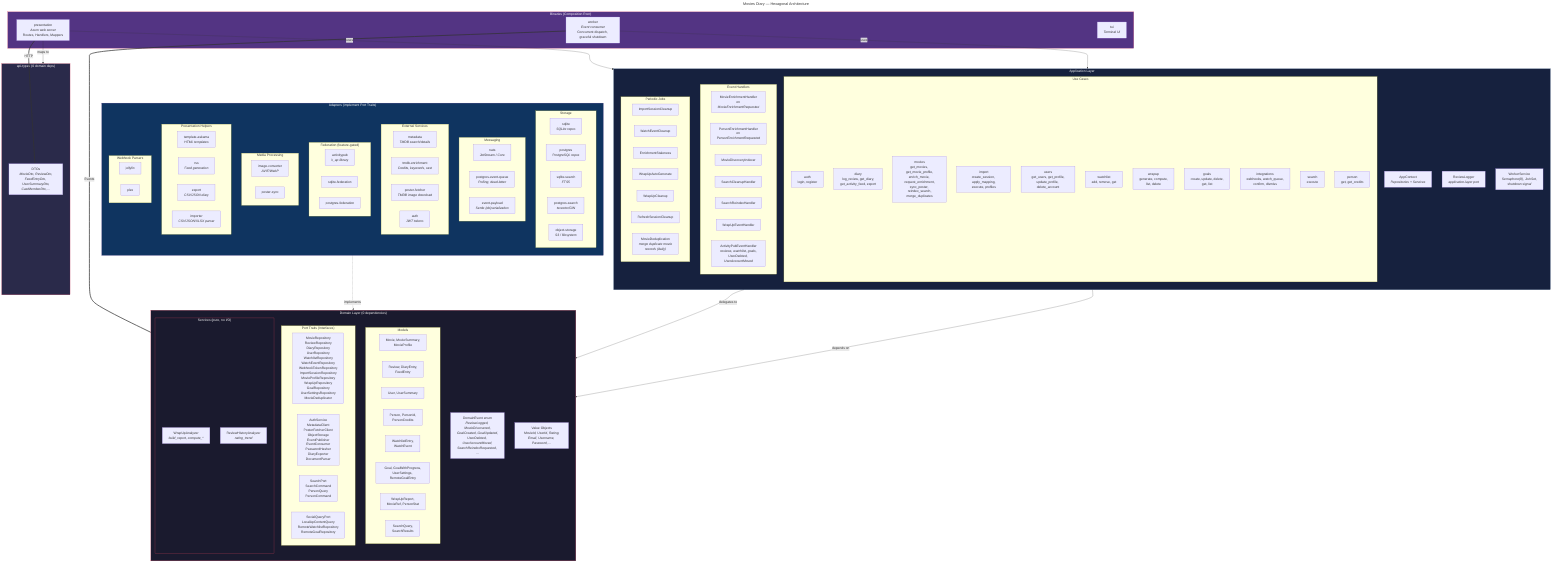
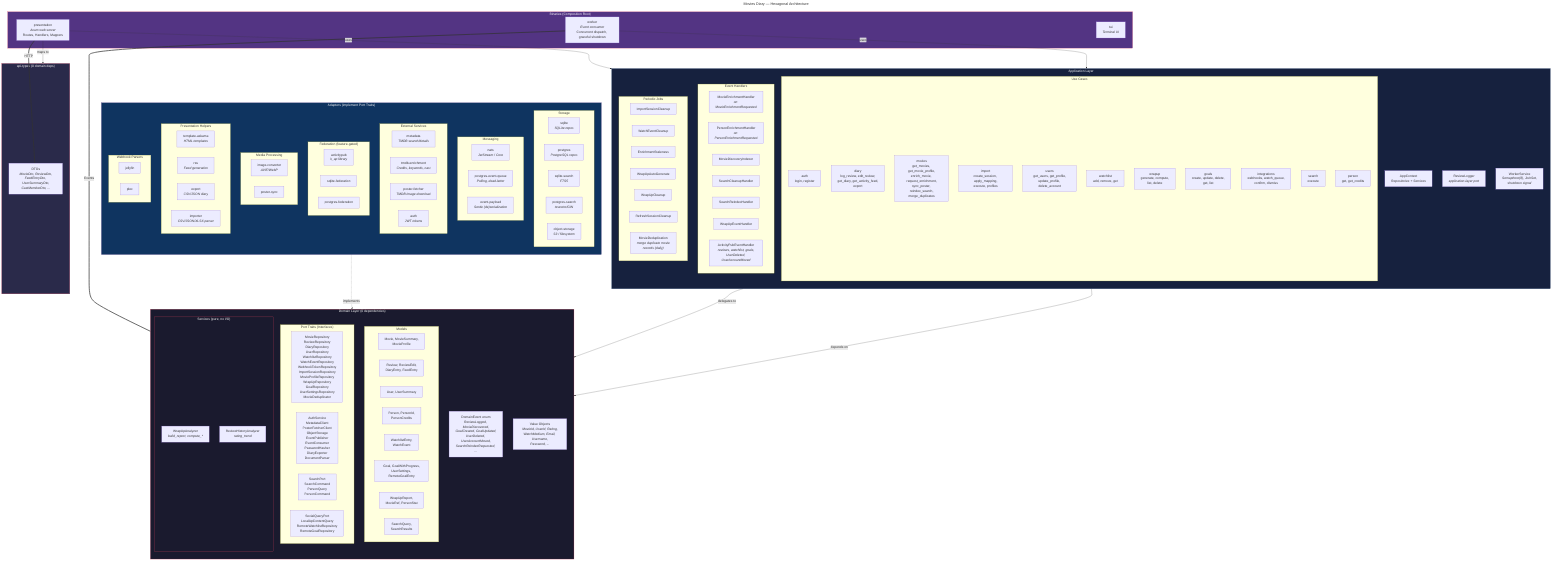
---
title: Movies Diary — Hexagonal Architecture
---
graph TB
    subgraph Binaries["Binaries (Composition Root)"]
        WEB["presentation<br/><i>Axum web server</i><br/>Routes, Handlers, Mappers"]
        WORKER["worker<br/><i>Event consumer</i><br/>Concurrent dispatch, graceful shutdown"]
        TUI["tui<br/><i>Terminal UI</i>"]
    end

    subgraph Application["Application Layer"]
        direction TB
        CTX["AppContext<br/><i>Repositories + Services</i>"]
        APP_PORTS["ReviewLogger<br/><i>application-layer port</i>"]
        subgraph UseCases["Use Cases"]
            UC_AUTH["auth<br/>login, register"]
-             UC_DIARY["diary<br/>log_review, get_diary,<br/>get_activity_feed, export"]
+             UC_DIARY["diary<br/>log_review, edit_review,<br/>get_diary, get_activity_feed,<br/>export"]
            UC_MOVIES["movies<br/>get_movies, get_movie_profile,<br/>enrich_movie, request_enrichment,<br/>sync_poster, reindex_search,<br/>merge_duplicates"]
            UC_IMPORT["import<br/>create_session, apply_mapping,<br/>execute, profiles"]
            UC_USERS["users<br/>get_users, get_profile,<br/>update_profile, delete_account"]
            UC_WATCHLIST["watchlist<br/>add, remove, get"]
            UC_WRAPUP["wrapup<br/>generate, compute,<br/>list, delete"]
            UC_GOALS["goals<br/>create, update, delete,<br/>get, list"]
            UC_INTEGRATIONS["integrations<br/>webhooks, watch_queue,<br/>confirm, dismiss"]
            UC_SEARCH["search<br/>execute"]
            UC_PERSON["person<br/>get, get_credits"]
        end
        subgraph EventHandlers["Event Handlers"]
            EH_MOVIE["MovieEnrichmentHandler<br/><i>on MovieEnrichmentRequested</i>"]
            EH_PERSON["PersonEnrichmentHandler<br/><i>on PersonEnrichmentRequested</i>"]
            EH_DISCOVER["MovieDiscoveryIndexer"]
            EH_CLEANUP["SearchCleanupHandler"]
            EH_REINDEX["SearchReindexHandler"]
            EH_WRAPUP["WrapUpEventHandler"]
            EH_AP["ActivityPubEventHandler<br/><i>reviews, watchlist, goals,<br/>UserDeleted, UserAccountMoved</i>"]
        end
        subgraph Jobs["Periodic Jobs"]
            JOB_IMPORT["ImportSessionCleanup"]
            JOB_WATCH["WatchEventCleanup"]
            JOB_STALE["EnrichmentStaleness"]
            JOB_WRAPGEN["WrapUpAutoGenerate"]
            JOB_WRAPCLEAN["WrapUpCleanup"]
            JOB_SESSION["RefreshSessionCleanup"]
            JOB_DEDUP["MovieDeduplication<br/><i>merge duplicate movie<br/>records (daily)</i>"]
        end
        WORKER_SVC["WorkerService<br/><i>Semaphore(8), JoinSet,<br/>shutdown signal</i>"]
    end

    subgraph Domain["Domain Layer (0 dependencies)"]
        direction TB
        subgraph Models["Models"]
            M_MOVIE["Movie, MovieSummary,<br/>MovieProfile"]
-             M_REVIEW["Review, DiaryEntry,<br/>FeedEntry"]
+             M_REVIEW["Review, ReviewEdit,<br/>DiaryEntry, FeedEntry"]
            M_USER["User, UserSummary"]
            M_PERSON["Person, PersonId,<br/>PersonCredits"]
            M_WATCHLIST["WatchlistEntry,<br/>WatchEvent"]
            M_GOAL["Goal, GoalWithProgress,<br/>UserSettings, RemoteGoalEntry"]
            M_WRAPUP["WrapUpReport,<br/>MovieRef, PersonStat"]
            M_SEARCH["SearchQuery,<br/>SearchResults"]
        end
        subgraph Ports["Port Traits (Interfaces)"]
            P_REPOS["MovieRepository<br/>ReviewRepository<br/>DiaryRepository<br/>UserRepository<br/>WatchlistRepository<br/>WatchEventRepository<br/>WebhookTokenRepository<br/>ImportSessionRepository<br/>MovieProfileRepository<br/>WrapUpRepository<br/>GoalRepository<br/>UserSettingsRepository<br/>MovieDeduplicator"]
            P_SERVICES["AuthService<br/>MetadataClient<br/>PosterFetcherClient<br/>ObjectStorage<br/>EventPublisher<br/>EventConsumer<br/>PasswordHasher<br/>DiaryExporter<br/>DocumentParser"]
            P_SEARCH["SearchPort<br/>SearchCommand<br/>PersonQuery<br/>PersonCommand"]
            P_FEDERATION["SocialQueryPort<br/>LocalApContentQuery<br/>RemoteWatchlistRepository<br/>RemoteGoalRepository"]
        end
        subgraph DomainServices["Services (pure, no I/O)"]
            DS_WRAPUP["WrapUpAnalyzer<br/><i>build_report, compute_*</i>"]
            DS_REVIEW["ReviewHistoryAnalyzer<br/><i>rating_trend</i>"]
        end
        EVENTS["DomainEvent enum<br/><i>ReviewLogged, MovieDiscovered,<br/>GoalCreated, GoalUpdated,<br/>UserDeleted, UserAccountMoved,<br/>SearchReindexRequested, ...</i>"]
-         VO["Value Objects<br/><i>MovieId, UserId, Rating,<br/>Email, Username, Password, ...</i>"]
+         VO["Value Objects<br/><i>MovieId, UserId, Rating,<br/>WatchMedium, Email, Username,<br/>Password, ...</i>"]
    end

    subgraph ApiTypes["api-types (0 domain deps)"]
        DTO["DTOs<br/><i>MovieDto, ReviewDto,<br/>FeedEntryDto, UserSummaryDto,<br/>CastMemberDto, ...</i>"]
    end

    subgraph Adapters["Adapters (implement Port Traits)"]
        direction TB
        subgraph Storage["Storage"]
            A_SQLITE["sqlite<br/><i>SQLite repos</i>"]
            A_PG["postgres<br/><i>PostgreSQL repos</i>"]
            A_SQLITE_SEARCH["sqlite-search<br/><i>FTS5</i>"]
            A_PG_SEARCH["postgres-search<br/><i>tsvector/GIN</i>"]
            A_OBJ["object-storage<br/><i>S3 / filesystem</i>"]
        end
        subgraph Messaging["Messaging"]
            A_NATS["nats<br/><i>JetStream / Core</i>"]
            A_PG_QUEUE["postgres-event-queue<br/><i>Polling, dead-letter</i>"]
            A_PAYLOAD["event-payload<br/><i>Serde (de)serialization</i>"]
        end
        subgraph External["External Services"]
            A_METADATA["metadata<br/><i>TMDB search/details</i>"]
            A_TMDB["tmdb-enrichment<br/><i>Credits, keywords, cast</i>"]
            A_POSTER["poster-fetcher<br/><i>TMDB image download</i>"]
            A_AUTH["auth<br/><i>JWT tokens</i>"]
        end
        subgraph Federation["Federation (feature-gated)"]
            A_AP["activitypub<br/><i>k_ap library</i>"]
            A_SQLITE_FED["sqlite-federation"]
            A_PG_FED["postgres-federation"]
        end
        subgraph Media["Media Processing"]
            A_IMG["image-converter<br/><i>AVIF/WebP</i>"]
            A_POSTER_SYNC["poster-sync"]
        end
        subgraph Presentation["Presentation Helpers"]
            A_TEMPLATE["template-askama<br/><i>HTML templates</i>"]
            A_RSS["rss<br/><i>Feed generation</i>"]
            A_EXPORT["export<br/><i>CSV/JSON diary</i>"]
            A_IMPORT["importer<br/><i>CSV/JSON/XLSX parser</i>"]
        end
        subgraph Webhooks["Webhook Parsers"]
            A_JELLYFIN["jellyfin"]
            A_PLEX["plex"]
        end
    end

    %% Dependency arrows
    WEB -->|"uses"| Application
    WEB -->|"maps to"| ApiTypes
    WORKER -->|"uses"| Application

    Application -->|"depends on"| Domain
    UC_WRAPUP -->|"delegates to"| DS_WRAPUP

    Adapters -.->|"implements"| Ports

    %% Key data flows
    WEB ===|"HTTP"| DTO
    WORKER ===|"Events"| EVENTS

    classDef domain fill:#1a1a2e,stroke:#e94560,color:#fff
    classDef app fill:#16213e,stroke:#0f3460,color:#fff
    classDef adapter fill:#0f3460,stroke:#533483,color:#fff
    classDef binary fill:#533483,stroke:#e94560,color:#fff
    classDef api fill:#2a2a4a,stroke:#e94560,color:#fff

    class Domain domain
    class DomainServices domain
    class Application app
    class Adapters adapter
    class Binaries binary
    class ApiTypes api
